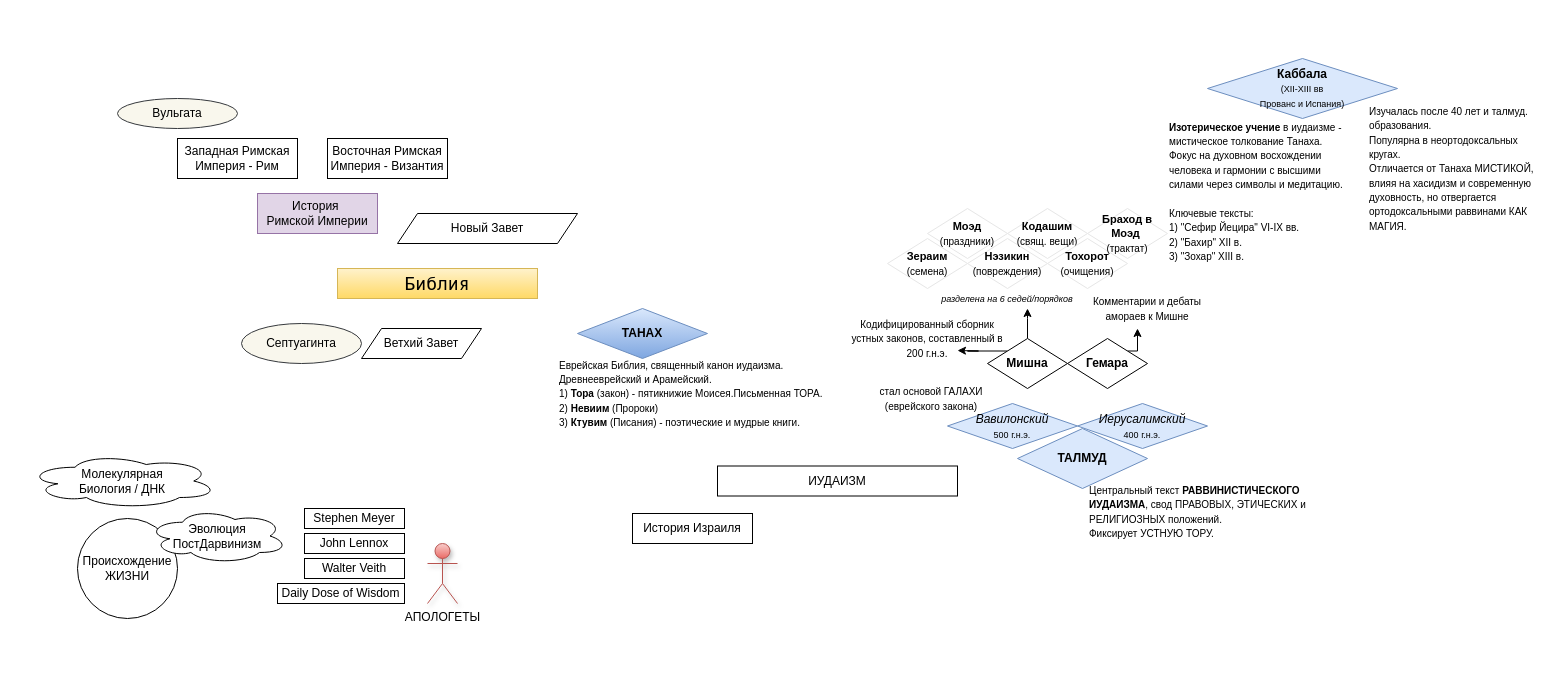
Before: Dispense.drawio in youarereef/mmaps, a draw.io diagram. Source tidied: cells renumbered, new cells numbered last; positions are measured from the earlier drawing's top-left corner, leaving out a move shared by most shapes. Both pictures are drawn from the tidied source at 100%, with x=0, y=0 at pixel (27, 58).
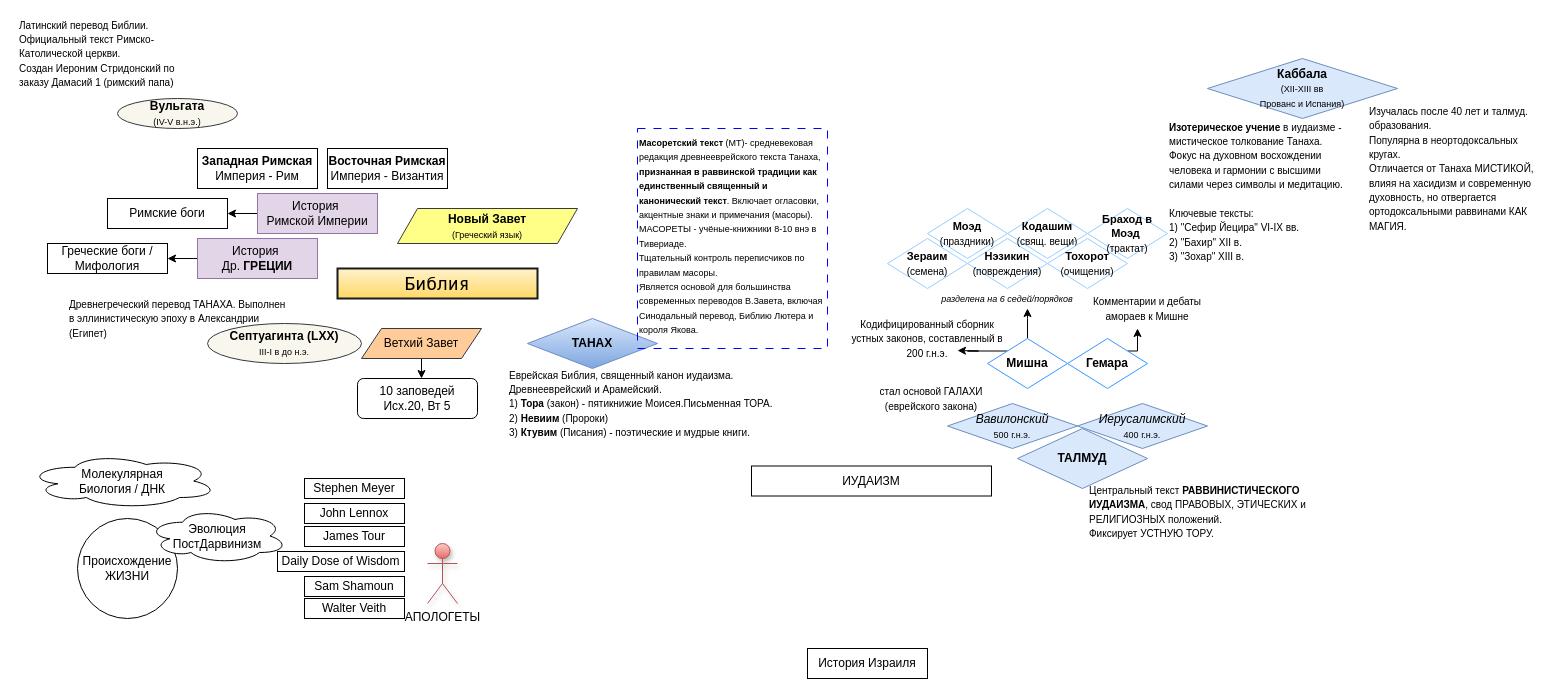
After the change.

The change refers to these unchanged cells:
```xml
<mxCell id="9" value="История&amp;nbsp;&lt;div&gt;Римской Империи&lt;/div&gt;" style="rounded=0;whiteSpace=wrap;html=1;fillColor=#e1d5e7;strokeColor=#9673a6;" parent="1" vertex="1">
  <mxGeometry x="230" y="135" width="120" height="40" as="geometry" />
</mxCell>
```

Change to the diagram source:
```diff
@@
-<mxGraphModel>
+<mxGraphModel background="#FFFFFF">
@@
     <mxCell id="2" value="История Израиля" style="rounded=0;whiteSpace=wrap;html=1;" parent="1" vertex="1">
-      <mxGeometry x="605" y="455" width="120" height="30" as="geometry" />
+      <mxGeometry x="780" y="590" width="120" height="30" as="geometry" />
     </mxCell>
-    <mxCell id="3" value="&lt;font face=&quot;Lucida Console&quot; style=&quot;font-size: 18px;&quot;&gt;Библия&lt;/font&gt;" style="rounded=0;whiteSpace=wrap;html=1;fillColor=#fff2cc;strokeColor=#d6b656;gradientColor=#ffd966;" parent="1" vertex="1">
+    <mxCell id="3" value="&lt;font face=&quot;Lucida Console&quot; style=&quot;font-size: 18px;&quot;&gt;Библия&lt;/font&gt;" style="rounded=0;whiteSpace=wrap;html=1;fillColor=#fff2cc;strokeColor=#1A1A1A;gradientColor=#ffd966;strokeWidth=2;" parent="1" vertex="1">
       <mxGeometry x="310" y="210" width="200" height="30" as="geometry" />
     </mxCell>
-    <mxCell id="4" value="Вульгата" style="ellipse;whiteSpace=wrap;html=1;fillColor=#f9f7ed;strokeColor=#36393d;" parent="1" vertex="1">
+    <mxCell id="4" value="&lt;b&gt;Вульгата&lt;/b&gt;&lt;div&gt;&lt;font style=&quot;font-size: 9px;&quot;&gt;(IV-V в.н.э.)&lt;/font&gt;&lt;/div&gt;" style="ellipse;whiteSpace=wrap;html=1;fillColor=#f9f7ed;strokeColor=#36393d;" parent="1" vertex="1">
       <mxGeometry x="90" y="40" width="120" height="30" as="geometry" />
     </mxCell>
-    <mxCell id="5" value="Септуагинта" style="ellipse;whiteSpace=wrap;html=1;fillColor=#f9f7ed;strokeColor=#36393d;" parent="1" vertex="1">
-      <mxGeometry x="214" y="265" width="120" height="40" as="geometry" />
+    <mxCell id="5" value="&lt;b&gt;Септуагинта (LXX)&lt;/b&gt;&lt;div&gt;&lt;font style=&quot;font-size: 9px;&quot;&gt;III-I в до н.э.&lt;/font&gt;&lt;/div&gt;" style="ellipse;whiteSpace=wrap;html=1;fillColor=#f9f7ed;strokeColor=#36393d;" parent="1" vertex="1">
+      <mxGeometry x="180" y="265" width="154" height="40" as="geometry" />
     </mxCell>
+    <mxCell id="44" style="edgeStyle=orthogonalEdgeStyle;rounded=0;jettySize=auto;html=1;exitX=0.5;exitY=1;exitDx=0;exitDy=0;" parent="1" edge="1" source="6">
+      <mxGeometry relative="1" as="geometry">
+        <mxPoint x="394" y="320" as="targetPoint" />
+      </mxGeometry>
+    </mxCell>
-    <mxCell id="6" value="Ветхий Завет" style="shape=parallelogram;perimeter=parallelogramPerimeter;whiteSpace=wrap;html=1;fixedSize=1;" parent="1" vertex="1">
+    <mxCell id="6" value="Ветхий Завет" style="shape=parallelogram;perimeter=parallelogramPerimeter;whiteSpace=wrap;html=1;fixedSize=1;fillColor=#ffcc99;strokeColor=#36393d;" parent="1" vertex="1">
       <mxGeometry x="334" y="270" width="120" height="30" as="geometry" />
     </mxCell>
-    <mxCell id="7" value="Новый Завет" style="shape=parallelogram;perimeter=parallelogramPerimeter;whiteSpace=wrap;html=1;fixedSize=1;" parent="1" vertex="1">
-      <mxGeometry x="370" y="155" width="180" height="30" as="geometry" />
+    <mxCell id="7" value="&lt;b&gt;Новый Завет&lt;/b&gt;&lt;div&gt;&lt;font style=&quot;font-size: 9px;&quot;&gt;(Греческий язык)&lt;/font&gt;&lt;/div&gt;" style="shape=parallelogram;perimeter=parallelogramPerimeter;whiteSpace=wrap;html=1;fixedSize=1;fillColor=#ffff88;strokeColor=#36393d;" parent="1" vertex="1">
+      <mxGeometry x="370" y="150" width="180" height="35" as="geometry" />
     </mxCell>
@@
+    <mxCell id="45" style="edgeStyle=orthogonalEdgeStyle;rounded=0;jettySize=auto;html=1;exitX=0;exitY=0.5;exitDx=0;exitDy=0;" parent="1" edge="1" source="9">
+      <mxGeometry relative="1" as="geometry">
+        <mxPoint x="200" y="155" as="targetPoint" />
+      </mxGeometry>
+    </mxCell>
@@
-    <mxCell id="10" value="Западная Римская Империя - Рим" style="rounded=0;whiteSpace=wrap;html=1;" parent="1" vertex="1">
-      <mxGeometry x="150" y="80" width="120" height="40" as="geometry" />
+    <mxCell id="10" value="&lt;b&gt;Западная Римская&lt;/b&gt; Империя - Рим" style="rounded=0;whiteSpace=wrap;html=1;" parent="1" vertex="1">
+      <mxGeometry x="170" y="90" width="120" height="40" as="geometry" />
     </mxCell>
-    <mxCell id="11" value="Восточная Римская Империя - Византия" style="rounded=0;whiteSpace=wrap;html=1;" parent="1" vertex="1">
-      <mxGeometry x="300" y="80" width="120" height="40" as="geometry" />
+    <mxCell id="11" value="&lt;b&gt;Восточная Римская&lt;/b&gt; Империя - Византия" style="rounded=0;whiteSpace=wrap;html=1;" parent="1" vertex="1">
+      <mxGeometry x="300" y="90" width="120" height="40" as="geometry" />
     </mxCell>
@@
-    <mxCell id="14" value="&lt;b&gt;Гемара&lt;/b&gt;" style="rhombus;whiteSpace=wrap;html=1;" parent="1" vertex="1">
+    <mxCell id="14" value="&lt;b&gt;Гемара&lt;/b&gt;" style="rhombus;whiteSpace=wrap;html=1;strokeColor=#3399FF;" parent="1" vertex="1">
       <mxGeometry x="1040" y="280" width="80" height="50" as="geometry" />
     </mxCell>
@@
-    <mxCell id="17" value="&lt;b&gt;Мишна&lt;/b&gt;" style="rhombus;whiteSpace=wrap;html=1;" parent="1" vertex="1">
+    <mxCell id="17" value="&lt;b&gt;Мишна&lt;/b&gt;" style="rhombus;whiteSpace=wrap;html=1;strokeColor=#3399FF;" parent="1" vertex="1">
       <mxGeometry x="960" y="280" width="80" height="50" as="geometry" />
     </mxCell>
@@
-    <mxCell id="21" value="&lt;font style=&quot;font-size: 11px;&quot;&gt;&lt;b&gt;Зераим&lt;/b&gt;&lt;/font&gt;&lt;div&gt;&lt;font style=&quot;font-size: 10px;&quot;&gt;(семена)&lt;/font&gt;&lt;/div&gt;" style="rhombus;whiteSpace=wrap;html=1;strokeColor=#E6E6E6;" parent="1" vertex="1">
+    <mxCell id="21" value="&lt;font style=&quot;font-size: 11px;&quot;&gt;&lt;b&gt;Зераим&lt;/b&gt;&lt;/font&gt;&lt;div&gt;&lt;font style=&quot;font-size: 10px;&quot;&gt;(семена)&lt;/font&gt;&lt;/div&gt;" style="rhombus;whiteSpace=wrap;html=1;strokeColor=#99CCFF;" parent="1" vertex="1">
       <mxGeometry x="860" y="180" width="80" height="50" as="geometry" />
     </mxCell>
-    <mxCell id="22" value="&lt;font style=&quot;font-size: 11px;&quot;&gt;&lt;b&gt;Моэд&lt;/b&gt;&lt;/font&gt;&lt;div&gt;&lt;font style=&quot;font-size: 10px;&quot;&gt;(праздники)&lt;/font&gt;&lt;/div&gt;" style="rhombus;whiteSpace=wrap;html=1;strokeColor=#E6E6E6;" parent="1" vertex="1">
+    <mxCell id="22" value="&lt;font style=&quot;font-size: 11px;&quot;&gt;&lt;b&gt;Моэд&lt;/b&gt;&lt;/font&gt;&lt;div&gt;&lt;font style=&quot;font-size: 10px;&quot;&gt;(праздники)&lt;/font&gt;&lt;/div&gt;" style="rhombus;whiteSpace=wrap;html=1;strokeColor=#99CCFF;" parent="1" vertex="1">
       <mxGeometry x="900" y="150" width="80" height="50" as="geometry" />
     </mxCell>
-    <mxCell id="23" value="&lt;font style=&quot;font-size: 11px;&quot;&gt;&lt;b&gt;Нэзикин&lt;/b&gt;&lt;/font&gt;&lt;div&gt;&lt;font style=&quot;font-size: 10px;&quot;&gt;(повреждения)&lt;/font&gt;&lt;/div&gt;" style="rhombus;whiteSpace=wrap;html=1;strokeColor=#E6E6E6;" parent="1" vertex="1">
+    <mxCell id="23" value="&lt;font style=&quot;font-size: 11px;&quot;&gt;&lt;b&gt;Нэзикин&lt;/b&gt;&lt;/font&gt;&lt;div&gt;&lt;font style=&quot;font-size: 10px;&quot;&gt;(повреждения)&lt;/font&gt;&lt;/div&gt;" style="rhombus;whiteSpace=wrap;html=1;strokeColor=#99CCFF;" parent="1" vertex="1">
       <mxGeometry x="940" y="180" width="80" height="50" as="geometry" />
     </mxCell>
-    <mxCell id="24" value="&lt;font style=&quot;font-size: 11px;&quot;&gt;&lt;b&gt;Кодашим&lt;/b&gt;&lt;/font&gt;&lt;div&gt;&lt;font style=&quot;font-size: 10px;&quot;&gt;(свящ. вещи)&lt;/font&gt;&lt;/div&gt;" style="rhombus;whiteSpace=wrap;html=1;strokeColor=#E6E6E6;" parent="1" vertex="1">
+    <mxCell id="24" value="&lt;font style=&quot;font-size: 11px;&quot;&gt;&lt;b&gt;Кодашим&lt;/b&gt;&lt;/font&gt;&lt;div&gt;&lt;font style=&quot;font-size: 10px;&quot;&gt;(свящ. вещи)&lt;/font&gt;&lt;/div&gt;" style="rhombus;whiteSpace=wrap;html=1;strokeColor=#99CCFF;" parent="1" vertex="1">
       <mxGeometry x="980" y="150" width="80" height="50" as="geometry" />
     </mxCell>
-    <mxCell id="25" value="&lt;font style=&quot;font-size: 11px;&quot;&gt;&lt;b&gt;Тохорот&lt;/b&gt;&lt;/font&gt;&lt;div&gt;&lt;font style=&quot;font-size: 10px;&quot;&gt;(очищения)&lt;/font&gt;&lt;/div&gt;" style="rhombus;whiteSpace=wrap;html=1;strokeColor=#E6E6E6;" parent="1" vertex="1">
+    <mxCell id="25" value="&lt;font style=&quot;font-size: 11px;&quot;&gt;&lt;b&gt;Тохорот&lt;/b&gt;&lt;/font&gt;&lt;div&gt;&lt;font style=&quot;font-size: 10px;&quot;&gt;(очищения)&lt;/font&gt;&lt;/div&gt;" style="rhombus;whiteSpace=wrap;html=1;strokeColor=#99CCFF;" parent="1" vertex="1">
       <mxGeometry x="1020" y="180" width="80" height="50" as="geometry" />
     </mxCell>
-    <mxCell id="26" value="&lt;div&gt;&lt;font style=&quot;font-size: 11px;&quot;&gt;&lt;b&gt;Браход в Моэд&amp;nbsp;&lt;/b&gt;&lt;/font&gt;&lt;/div&gt;&lt;div&gt;&lt;font style=&quot;font-size: 10px;&quot;&gt;(трактат)&lt;/font&gt;&lt;/div&gt;" style="rhombus;whiteSpace=wrap;html=1;strokeColor=#E6E6E6;" parent="1" vertex="1">
+    <mxCell id="26" value="&lt;div&gt;&lt;font style=&quot;font-size: 11px;&quot;&gt;&lt;b&gt;Браход в Моэд&amp;nbsp;&lt;/b&gt;&lt;/font&gt;&lt;/div&gt;&lt;div&gt;&lt;font style=&quot;font-size: 10px;&quot;&gt;(трактат)&lt;/font&gt;&lt;/div&gt;" style="rhombus;whiteSpace=wrap;html=1;strokeColor=#99CCFF;" parent="1" vertex="1">
       <mxGeometry x="1060" y="150" width="80" height="50" as="geometry" />
     </mxCell>
@@
     <mxCell id="28" value="ИУДАИЗМ" style="rounded=0;whiteSpace=wrap;html=1;" parent="1" vertex="1">
-      <mxGeometry x="690" y="407.5" width="240" height="30" as="geometry" />
+      <mxGeometry x="724" y="407.5" width="240" height="30" as="geometry" />
     </mxCell>
@@
     <mxCell id="32" value="&lt;b&gt;ТАНАХ&lt;/b&gt;" style="rhombus;whiteSpace=wrap;html=1;fillColor=#dae8fc;strokeColor=#6c8ebf;gradientColor=#7ea6e0;" parent="1" vertex="1">
-      <mxGeometry x="550" y="250" width="130" height="50" as="geometry" />
+      <mxGeometry x="500" y="260" width="130" height="50" as="geometry" />
     </mxCell>
     <mxCell id="33" value="&lt;span style=&quot;font-size: 10px;&quot;&gt;Еврейская Библия, священный канон иудаизма.&lt;/span&gt;&lt;div&gt;&lt;span style=&quot;font-size: 10px;&quot;&gt;Древнееврейский и Арамейский.&lt;/span&gt;&lt;/div&gt;&lt;div&gt;&lt;span style=&quot;font-size: 10px;&quot;&gt;1) &lt;b&gt;Тора&lt;/b&gt; (закон) - пятикнижие Моисея.Письменная ТОРА.&lt;/span&gt;&lt;/div&gt;&lt;div&gt;&lt;span style=&quot;font-size: 10px;&quot;&gt;2) &lt;b&gt;Невиим&lt;/b&gt; (Пророки)&lt;/span&gt;&lt;/div&gt;&lt;div&gt;&lt;span style=&quot;font-size: 10px;&quot;&gt;3) &lt;b&gt;Ктувим&lt;/b&gt; (Писания) - поэтические и мудрые книги.&lt;/span&gt;&lt;/div&gt;" style="text;html=1;whiteSpace=wrap;strokeColor=none;fillColor=none;align=left;verticalAlign=middle;rounded=0;" parent="1" vertex="1">
-      <mxGeometry x="530" y="300" width="270" height="70" as="geometry" />
+      <mxGeometry x="480" y="310" width="270" height="70" as="geometry" />
     </mxCell>
@@
     <mxCell id="37" value="Stephen Meyer" style="text;html=1;whiteSpace=wrap;strokeColor=default;fillColor=none;align=center;verticalAlign=middle;rounded=0;" parent="1" vertex="1">
-      <mxGeometry x="277" y="450" width="100" height="20" as="geometry" />
+      <mxGeometry x="277" y="420" width="100" height="20" as="geometry" />
     </mxCell>
     <mxCell id="38" value="John Lennox" style="text;html=1;whiteSpace=wrap;strokeColor=default;fillColor=none;align=center;verticalAlign=middle;rounded=0;" parent="1" vertex="1">
-      <mxGeometry x="277" y="475" width="100" height="20" as="geometry" />
+      <mxGeometry x="277" y="445" width="100" height="20" as="geometry" />
     </mxCell>
     <mxCell id="39" value="Walter Veith" style="text;html=1;whiteSpace=wrap;strokeColor=default;fillColor=none;align=center;verticalAlign=middle;rounded=0;" parent="1" vertex="1">
-      <mxGeometry x="277" y="500" width="100" height="20" as="geometry" />
+      <mxGeometry x="277" y="540" width="100" height="20" as="geometry" />
     </mxCell>
     <mxCell id="40" value="Daily Dose of Wisdom" style="text;html=1;whiteSpace=wrap;strokeColor=default;fillColor=none;align=center;verticalAlign=middle;rounded=0;" parent="1" vertex="1">
-      <mxGeometry x="250" y="525" width="127" height="20" as="geometry" />
+      <mxGeometry x="250" y="493" width="127" height="20" as="geometry" />
     </mxCell>
@@
+    <mxCell id="46" value="Sam Shamoun" style="text;html=1;whiteSpace=wrap;strokeColor=default;fillColor=none;align=center;verticalAlign=middle;rounded=0;" parent="1" vertex="1">
+      <mxGeometry x="277" y="518" width="100" height="20" as="geometry" />
+    </mxCell>
+    <mxCell id="47" value="10 заповедей&lt;div&gt;Исх.20, Вт 5&lt;/div&gt;" style="rounded=1;whiteSpace=wrap;html=1;" parent="1" vertex="1">
+      <mxGeometry x="330" y="320" width="120" height="40" as="geometry" />
+    </mxCell>
+    <mxCell id="48" value="&lt;span style=&quot;font-size: 10px;&quot;&gt;Латинский перевод Библии.&amp;nbsp;&lt;/span&gt;&lt;div&gt;&lt;span style=&quot;font-size: 10px;&quot;&gt;Официальный текст Римско-Католической церкви.&lt;/span&gt;&lt;/div&gt;&lt;div&gt;&lt;span style=&quot;font-size: 10px;&quot;&gt;Создан Иероним Стридонский по заказу Дамасий 1 (римский папа)&lt;/span&gt;&lt;/div&gt;" style="text;html=1;whiteSpace=wrap;strokeColor=none;fillColor=none;align=left;verticalAlign=middle;rounded=0;" parent="1" vertex="1">
+      <mxGeometry x="-10" y="-40" width="160" height="70" as="geometry" />
+    </mxCell>
+    <mxCell id="49" value="&lt;span style=&quot;font-size: 10px;&quot;&gt;Древнегреческий перевод ТАНАХА. Выполнен в эллинистическую эпоху в Александрии (Египет)&lt;/span&gt;" style="text;html=1;whiteSpace=wrap;strokeColor=none;fillColor=none;align=left;verticalAlign=middle;rounded=0;" parent="1" vertex="1">
+      <mxGeometry x="40" y="240" width="220" height="40" as="geometry" />
+    </mxCell>
+    <mxCell id="50" value="Римские боги" style="rounded=0;whiteSpace=wrap;html=1;" parent="1" vertex="1">
+      <mxGeometry x="80" y="140" width="120" height="30" as="geometry" />
+    </mxCell>
+    <mxCell id="51" style="edgeStyle=orthogonalEdgeStyle;rounded=0;jettySize=auto;html=1;exitX=0;exitY=0.5;exitDx=0;exitDy=0;" parent="1" edge="1" source="52">
+      <mxGeometry relative="1" as="geometry">
+        <mxPoint x="140" y="200.7" as="targetPoint" />
+      </mxGeometry>
+    </mxCell>
+    <mxCell id="52" value="История&amp;nbsp;&lt;div&gt;Др.&lt;b&gt; ГРЕЦИИ&lt;/b&gt;&lt;/div&gt;" style="rounded=0;whiteSpace=wrap;html=1;fillColor=#e1d5e7;strokeColor=#9673a6;" parent="1" vertex="1">
+      <mxGeometry x="170" y="180" width="120" height="40" as="geometry" />
+    </mxCell>
+    <mxCell id="53" value="Греческие боги / Мифология" style="rounded=0;whiteSpace=wrap;html=1;" parent="1" vertex="1">
+      <mxGeometry x="20" y="185" width="120" height="30" as="geometry" />
+    </mxCell>
+    <mxCell id="54" value="&lt;font style=&quot;font-size: 9px;&quot;&gt;&lt;b style=&quot;&quot;&gt;Масоретский текст &lt;/b&gt;(МТ)- средневековая редакция древнееврейского текста Танаха, &lt;b&gt;признанная в раввинской традиции как единственный священный и канонический текст&lt;/b&gt;. Включает огласовки, акцентные знаки и примечания (масоры).&lt;/font&gt;&lt;div&gt;&lt;font style=&quot;font-size: 9px;&quot;&gt;МАСОРЕТЫ - учёные-книжники 8-10 внэ в Тивериаде.&lt;/font&gt;&lt;/div&gt;&lt;div&gt;&lt;font style=&quot;font-size: 9px;&quot;&gt;Тщательный контроль переписчиков по правилам масоры.&lt;/font&gt;&lt;/div&gt;&lt;div&gt;&lt;span style=&quot;font-size: 9px; background-color: transparent; color: light-dark(rgb(0, 0, 0), rgb(255, 255, 255));&quot;&gt;Является основой для большинства современных переводов В.Завета, включая Синодальный перевод, Библию Лютера и короля Якова.&lt;/span&gt;&lt;/div&gt;&lt;div&gt;&lt;span style=&quot;font-size: 10px;&quot;&gt;&lt;br&gt;&lt;/span&gt;&lt;/div&gt;" style="text;whiteSpace=wrap;html=1;strokeColor=#0000FF;dashed=1;dashPattern=8 8;" parent="1" vertex="1">
+      <mxGeometry x="610" y="70" width="190" height="220" as="geometry" />
+    </mxCell>
+    <mxCell id="55" value="James Tour" style="text;html=1;whiteSpace=wrap;strokeColor=default;fillColor=none;align=center;verticalAlign=middle;rounded=0;" parent="1" vertex="1">
+      <mxGeometry x="277" y="468" width="100" height="20" as="geometry" />
+    </mxCell>
```
